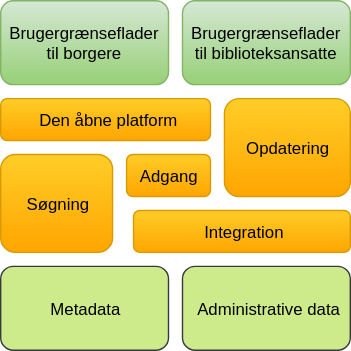
Earlier version of the draw.io export DDB_infrastruktur_niveau0.svg (danskernesdigitalebibliotek/public). Source tidied: cells renumbered, new cells last; positions are measured from the earlier drawing's top-left corner, leaving out a move shared by most shapes.
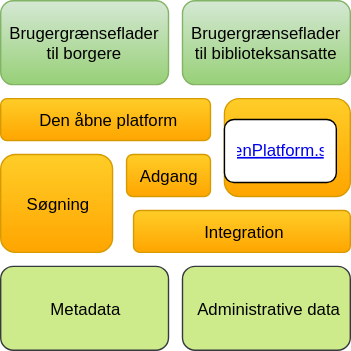
The same file after the commit.

What changed in the source:
```diff
@@ -32,5 +32,8 @@
     <mxCell id="11" style="edgeStyle=orthogonalEdgeStyle;rounded=0;html=1;exitX=0.5;exitY=1;jettySize=auto;orthogonalLoop=1;" parent="1" edge="1" source="4" target="4">
       <mxGeometry relative="1" as="geometry" />
     </mxCell>
+    <mxCell id="12" value="openPlatform.svg" style="fontColor=#0000EE;fontStyle=4;rounded=1;overflow=hidden;spacing=10;" parent="1" vertex="1">
+      <mxGeometry x="160" y="85" width="80" height="45" as="geometry" />
+    </mxCell>
   </root>
 </mxGraphModel>
```
